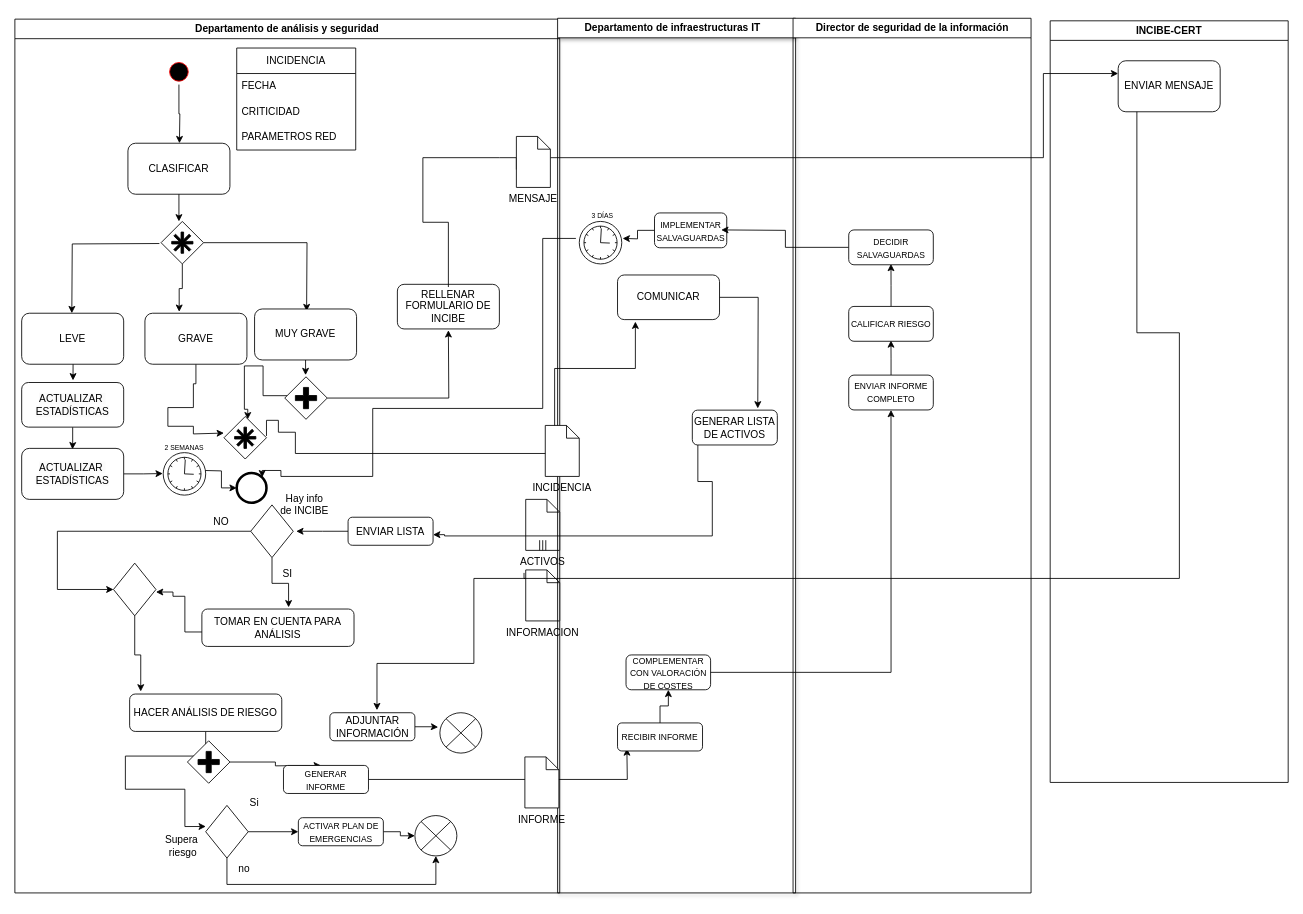
Before: ModeladoBPMN.drawio in iiivaaaann/Sistemas_Informacion, a draw.io diagram. Source tidied: cells renumbered, new cells numbered last; positions are measured from the earlier drawing's top-left corner, leaving out a move shared by most shapes. Both pictures are drawn from the tidied source at 85%, with x=0, y=0 at pixel (14, 18).
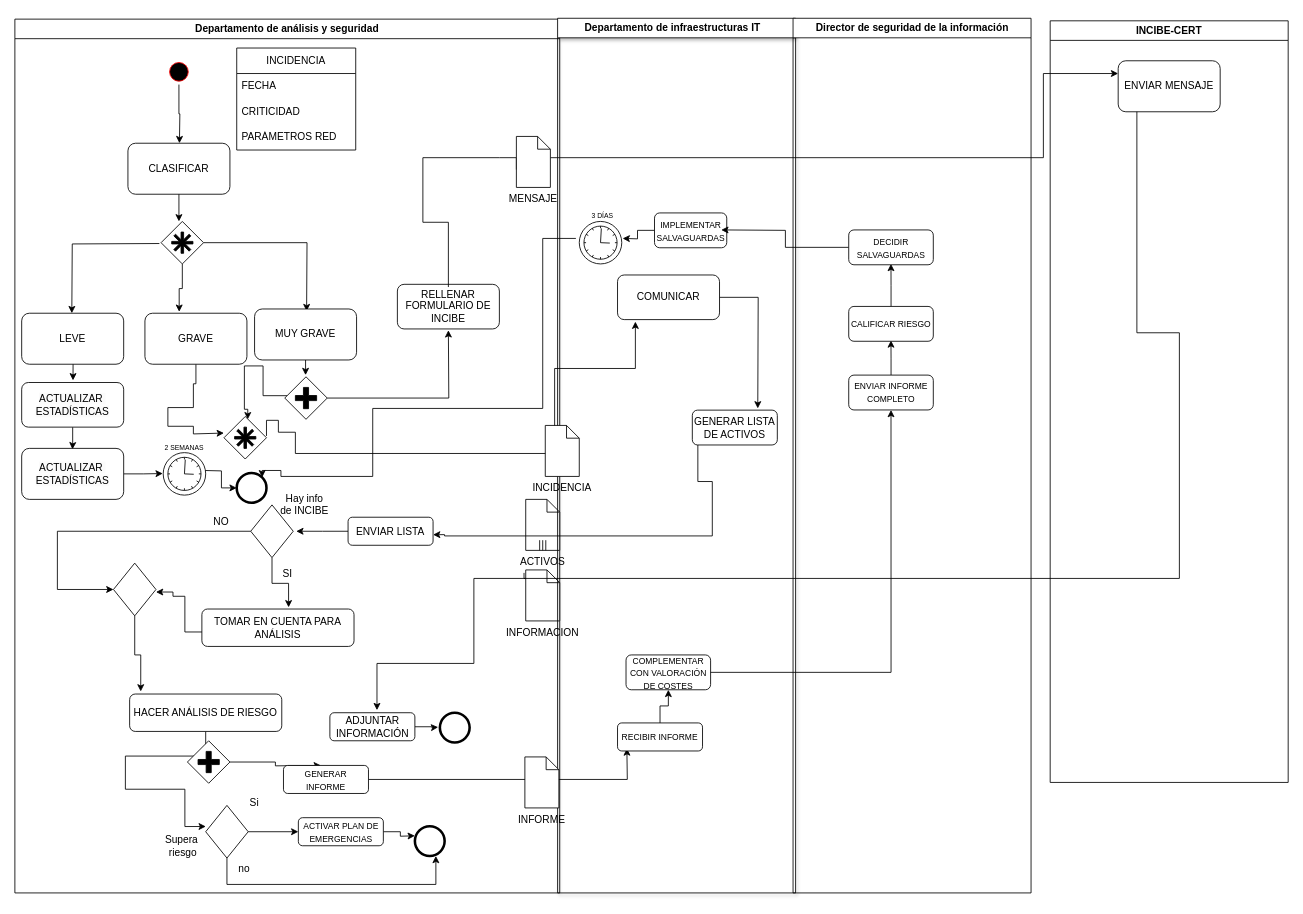
The same diagram, later.

Commit message:
Changed a little detail

Unchanged cells that the change refers to:
```xml
<mxCell id="2" value="Departamento de análisis y seguridad" style="swimlane;whiteSpace=wrap;" parent="1" vertex="1">
  <mxGeometry y="1" width="641" height="1028" as="geometry" />
</mxCell>
<mxCell id="33" value="ADJUNTAR INFORMACIÓN" style="rounded=1;whiteSpace=wrap;html=1;shadow=0;fontSize=12;fillColor=#FFFFFF;" parent="2" vertex="1">
  <mxGeometry x="370.6" y="816" width="100" height="33" as="geometry" />
</mxCell>
<mxCell id="49" style="rhombus;whiteSpace=wrap;html=1;rotation=-90;" parent="2" vertex="1">
  <mxGeometry x="218.5" y="931" width="62" height="50" as="geometry" />
</mxCell>
<mxCell id="52" value="&lt;font style=&quot;font-size: 10px;&quot;&gt;ACTIVAR PLAN DE EMERGENCIAS&lt;/font&gt;" style="rounded=1;whiteSpace=wrap;html=1;shadow=0;fontSize=12;fillColor=#FFFFFF;" parent="2" vertex="1">
  <mxGeometry x="333.5" y="939.5" width="100" height="33" as="geometry" />
</mxCell>
```

The edit, as a diff of the source:
```diff
@@
-    <mxCell id="32" style="edgeStyle=orthogonalEdgeStyle;rounded=0;jettySize=auto;html=1;entryX=-0.041;entryY=0.358;entryDx=0;entryDy=0;entryPerimeter=0;fontSize=12;" parent="2" edge="1" source="33" target="43">
-      <mxGeometry relative="1" as="geometry" />
+    <mxCell id="32" style="edgeStyle=orthogonalEdgeStyle;rounded=0;jettySize=auto;html=1;entryX=-0.041;entryY=0.358;entryDx=0;entryDy=0;entryPerimeter=0;fontSize=12;" parent="2" edge="1" source="33">
+      <mxGeometry relative="1" as="geometry">
+        <mxPoint x="498" y="833" as="targetPoint" />
+      </mxGeometry>
     </mxCell>
@@
-    <mxCell id="43" style="shape=sumEllipse;perimeter=ellipsePerimeter;whiteSpace=wrap;html=1;backgroundOutline=1;shadow=0;fontSize=12;fillColor=#FFFFFF;" parent="2" vertex="1">
-      <mxGeometry x="500" y="816" width="49.4" height="47.5" as="geometry" />
-    </mxCell>
@@
-    <mxCell id="48" style="edgeStyle=orthogonalEdgeStyle;rounded=0;jettySize=auto;html=1;entryX=0.5;entryY=1;entryDx=0;entryDy=0;" parent="2" edge="1" source="49" target="62">
+    <mxCell id="48" style="edgeStyle=orthogonalEdgeStyle;rounded=0;jettySize=auto;html=1;entryX=0.5;entryY=1;entryDx=0;entryDy=0;" parent="2" edge="1" source="49">
       <mxGeometry relative="1" as="geometry">
+        <mxPoint x="495.3" y="984.5" as="targetPoint" />
         <Array as="points">
           <mxPoint x="250" y="1018" />
           <mxPoint x="495" y="1018" />
         </Array>
       </mxGeometry>
     </mxCell>
@@
-    <mxCell id="51" style="edgeStyle=orthogonalEdgeStyle;rounded=0;jettySize=auto;html=1;entryX=0;entryY=0.5;entryDx=0;entryDy=0;" parent="2" edge="1" source="52" target="62">
-      <mxGeometry relative="1" as="geometry" />
+    <mxCell id="51" style="edgeStyle=orthogonalEdgeStyle;rounded=0;jettySize=auto;html=1;entryX=0;entryY=0.5;entryDx=0;entryDy=0;" parent="2" edge="1" source="52">
+      <mxGeometry relative="1" as="geometry">
+        <mxPoint x="470.6" y="960.8" as="targetPoint" />
+      </mxGeometry>
     </mxCell>
@@
-    <mxCell id="62" style="shape=sumEllipse;perimeter=ellipsePerimeter;whiteSpace=wrap;html=1;backgroundOutline=1;shadow=0;fontSize=12;fillColor=#FFFFFF;" parent="2" vertex="1">
-      <mxGeometry x="470.6" y="937" width="49.4" height="47.5" as="geometry" />
-    </mxCell>
@@
+    <mxCell id="98" style="shape=mxgraph.bpmn.event;html=1;verticalLabelPosition=bottom;labelBackgroundColor=#ffffff;verticalAlign=top;align=center;perimeter=ellipsePerimeter;outline=end;symbol=terminate2;" parent="2" vertex="1">
+      <mxGeometry x="470.6" y="949.5" width="35" height="35" as="geometry" />
+    </mxCell>
+    <mxCell id="99" style="shape=mxgraph.bpmn.event;html=1;verticalLabelPosition=bottom;labelBackgroundColor=#ffffff;verticalAlign=top;align=center;perimeter=ellipsePerimeter;outline=end;symbol=terminate2;" parent="2" vertex="1">
+      <mxGeometry x="500" y="816" width="35" height="35" as="geometry" />
+    </mxCell>
```
